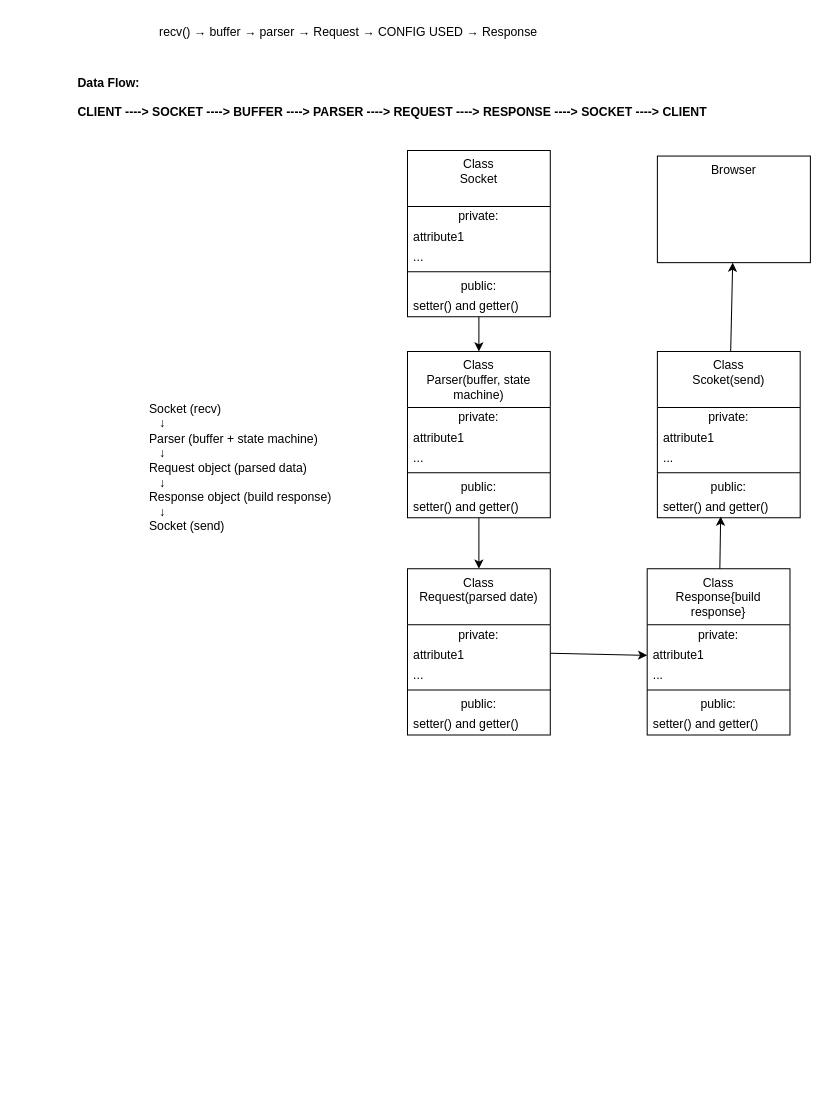
Earlier version of the draw.io diagram server/diagram.drawio (JavadJan/webserver). Source tidied: cells renumbered, new cells numbered last; positions are measured from the earlier drawing's top-left corner, leaving out a move shared by most shapes. Both pictures are drawn from the tidied source at 102%, with x=0, y=0 at pixel (75, 17).
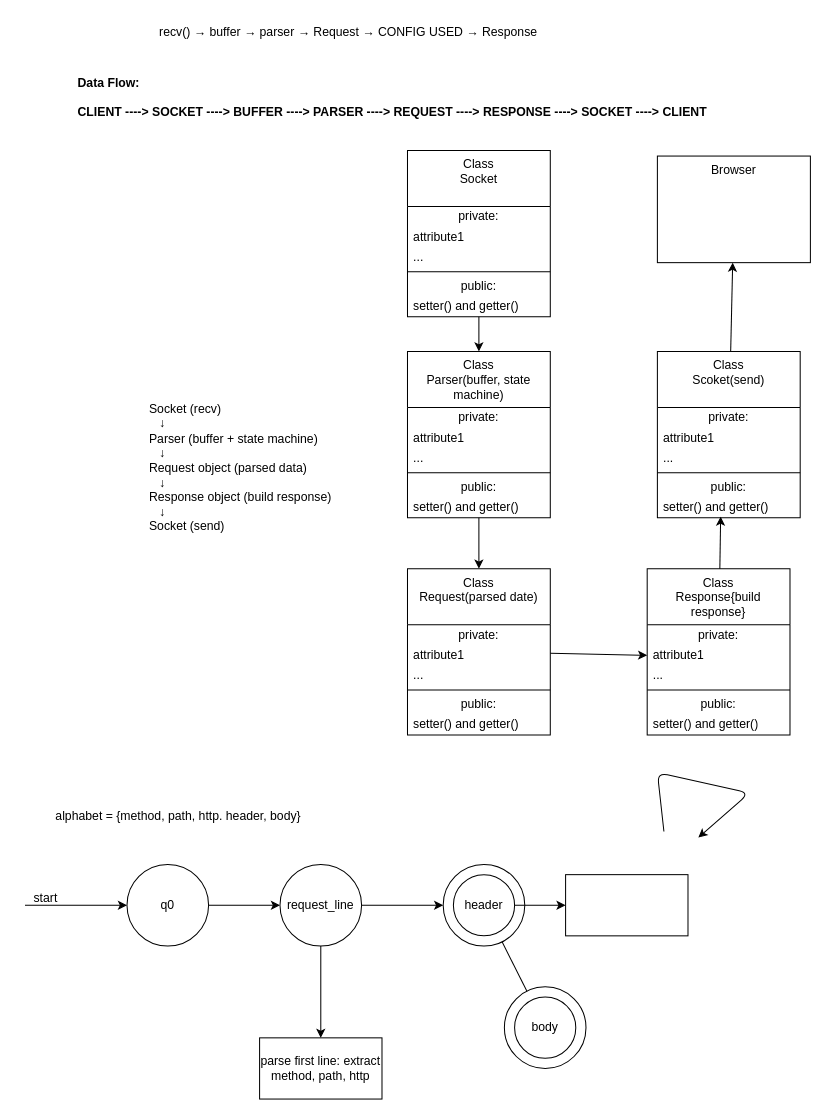
Above is the later version.

Commit message (it also covers changes not shown here):
fsm start

The edit, as a diff of the source:
```diff
@@
+    <mxCell id="46" style="edgeStyle=none;html=1;" parent="1" edge="1" source="47">
+      <mxGeometry relative="1" as="geometry">
+        <mxPoint x="200" y="870" as="targetPoint" />
+      </mxGeometry>
+    </mxCell>
+    <mxCell id="47" value="q0" style="ellipse;whiteSpace=wrap;html=1;" parent="1" vertex="1">
+      <mxGeometry x="50" y="830" width="80" height="80" as="geometry" />
+    </mxCell>
+    <mxCell id="48" style="endArrow=classic;html=1;" parent="1" edge="1">
+      <mxGeometry relative="1" as="geometry">
+        <mxPoint x="-50" y="870" as="sourcePoint" />
+        <mxPoint x="50" y="870" as="targetPoint" />
+      </mxGeometry>
+    </mxCell>
+    <mxCell id="49" value="start" style="text;html=1;align=center;verticalAlign=middle;strokeColor=none;fillColor=none;" parent="1" vertex="1">
+      <mxGeometry x="-55" y="848" width="50" height="30" as="geometry" />
+    </mxCell>
+    <mxCell id="50" style="edgeStyle=none;html=1;" parent="1" edge="1" source="52" target="56">
+      <mxGeometry relative="1" as="geometry" />
+    </mxCell>
+    <mxCell id="51" style="edgeStyle=none;html=1;" parent="1" edge="1" source="52" target="59">
+      <mxGeometry relative="1" as="geometry" />
+    </mxCell>
+    <mxCell id="52" value="request_line" style="ellipse;whiteSpace=wrap;html=1;" parent="1" vertex="1">
+      <mxGeometry x="200" y="830" width="80" height="80" as="geometry" />
+    </mxCell>
+    <mxCell id="53" style="edgeStyle=none;html=1;" parent="1" edge="1">
+      <mxGeometry relative="1" as="geometry">
+        <mxPoint x="576.4" y="797.7" as="sourcePoint" />
+        <mxPoint x="610.1" y="803.7" as="targetPoint" />
+        <Array as="points">
+          <mxPoint x="570" y="740" />
+          <mxPoint x="660" y="760" />
+        </Array>
+      </mxGeometry>
+    </mxCell>
+    <mxCell id="54" value="alphabet = {method, path, http. header, body}" style="text;html=1;align=center;verticalAlign=middle;strokeColor=none;fillColor=none;" parent="1" vertex="1">
+      <mxGeometry x="-30" y="768" width="260" height="30" as="geometry" />
+    </mxCell>
+    <mxCell id="55" style="edgeStyle=none;html=1;" parent="1" edge="1" source="56" target="61">
+      <mxGeometry relative="1" as="geometry" />
+    </mxCell>
+    <mxCell id="56" value="header" style="ellipse;whiteSpace=wrap;html=1;" parent="1" vertex="1">
+      <mxGeometry x="360" y="830" width="80" height="80" as="geometry" />
+    </mxCell>
+    <mxCell id="57" style="edgeStyle=none;html=1;" parent="1" edge="1" source="58" target="62">
+      <mxGeometry relative="1" as="geometry" />
+    </mxCell>
+    <mxCell id="58" style="ellipse;whiteSpace=wrap;html=1;fillColor=none;" parent="1" vertex="1">
+      <mxGeometry x="370" y="840" width="60" height="60" as="geometry" />
+    </mxCell>
+    <mxCell id="59" value="parse first line: extract method, path, http" style="whiteSpace=wrap;html=1;" parent="1" vertex="1">
+      <mxGeometry x="180" y="1000" width="120" height="60" as="geometry" />
+    </mxCell>
+    <mxCell id="60" value="body" style="ellipse;whiteSpace=wrap;html=1;" parent="1" vertex="1">
+      <mxGeometry x="420" y="950" width="80" height="80" as="geometry" />
+    </mxCell>
+    <mxCell id="61" style="ellipse;whiteSpace=wrap;html=1;fillColor=none;" parent="1" vertex="1">
+      <mxGeometry x="430" y="960" width="60" height="60" as="geometry" />
+    </mxCell>
+    <mxCell id="62" style="whiteSpace=wrap;html=1;fillColor=none;" parent="1" vertex="1">
+      <mxGeometry x="480" y="840" width="120" height="60" as="geometry" />
+    </mxCell>
```
